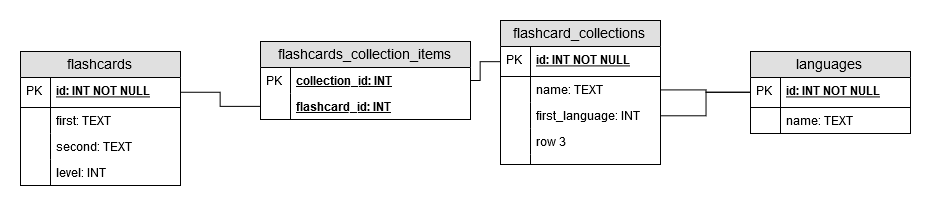
Before: docs/flashcardsdb.png, a diagram exported from draw.io (Ziemniakoss/Testowanie4). Source tidied: cells renumbered, new cells last; positions are measured from the earlier drawing's top-left corner, leaving out a move shared by most shapes.
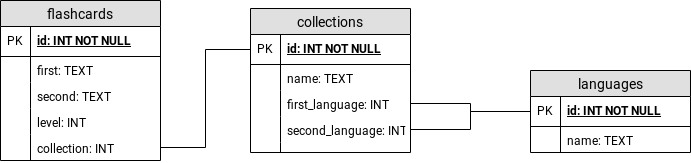
After the change.

Commit message:
Nowy schemat bazy danych

Change to the diagram source:
```diff
@@ -2,107 +2,95 @@
   <root>
     <mxCell id="0" />
     <mxCell id="1" parent="0" />
-    <mxCell id="2" value="flashcard_collections" style="swimlane;fontStyle=0;horizontal=1;startSize=26;fillColor=#e0e0e0;swimlaneFillColor=#ffffff;align=center;fontSize=14;" parent="1" vertex="1">
-      <mxGeometry x="480" width="160" height="144" as="geometry" />
-    </mxCell>
-    <mxCell id="3" value="id: INT NOT NULL" style="shape=partialRectangle;top=0;left=0;right=0;bottom=1;align=left;verticalAlign=middle;fillColor=none;spacingLeft=34;spacingRight=4;overflow=hidden;points=[[0,0.5],[1,0.5]];portConstraint=eastwest;fontStyle=5;fontSize=12;" parent="2" vertex="1">
-      <mxGeometry y="26" width="160" height="30" as="geometry" />
-    </mxCell>
-    <mxCell id="4" value="PK" style="shape=partialRectangle;top=0;left=0;bottom=0;fillColor=none;align=left;verticalAlign=middle;spacingLeft=4;spacingRight=4;overflow=hidden;fontSize=12;" parent="3" vertex="1">
-      <mxGeometry width="30" height="30" as="geometry" />
-    </mxCell>
-    <mxCell id="5" value="name: TEXT" style="shape=partialRectangle;top=0;left=0;right=0;bottom=0;align=left;verticalAlign=top;fillColor=none;spacingLeft=34;spacingRight=4;overflow=hidden;points=[[0,0.5],[1,0.5]];portConstraint=eastwest;fontSize=12;" parent="2" vertex="1">
-      <mxGeometry y="56" width="160" height="26" as="geometry" />
-    </mxCell>
-    <mxCell id="6" style="shape=partialRectangle;top=0;left=0;bottom=0;fillColor=none;align=left;verticalAlign=top;spacingLeft=4;spacingRight=4;overflow=hidden;fontSize=12;" parent="5" vertex="1">
-      <mxGeometry width="30" height="26" as="geometry" />
-    </mxCell>
+    <mxCell id="36" value="collections" style="swimlane;fontStyle=0;horizontal=1;startSize=26;fillColor=#e0e0e0;swimlaneFillColor=#ffffff;align=center;fontSize=14;" parent="1" vertex="1">
+      <mxGeometry x="250" y="39" width="160" height="144" as="geometry" />
+    </mxCell>
+    <mxCell id="37" value="id: INT NOT NULL" style="shape=partialRectangle;top=0;left=0;right=0;bottom=1;align=left;verticalAlign=middle;fillColor=none;spacingLeft=34;spacingRight=4;overflow=hidden;points=[[0,0.5],[1,0.5]];portConstraint=eastwest;fontStyle=5;fontSize=12;" parent="36" vertex="1">
+      <mxGeometry y="26" width="160" height="30" as="geometry" />
+    </mxCell>
+    <mxCell id="38" value="PK" style="shape=partialRectangle;top=0;left=0;bottom=0;fillColor=none;align=left;verticalAlign=middle;spacingLeft=4;spacingRight=4;overflow=hidden;fontSize=12;" parent="37" vertex="1">
+      <mxGeometry width="30" height="30" as="geometry" />
+    </mxCell>
+    <mxCell id="39" value="name: TEXT" style="shape=partialRectangle;top=0;left=0;right=0;bottom=0;align=left;verticalAlign=top;fillColor=none;spacingLeft=34;spacingRight=4;overflow=hidden;fontSize=12;" parent="36" vertex="1">
+      <mxGeometry y="56" width="160" height="26" as="geometry" />
+    </mxCell>
+    <mxCell id="40" style="shape=partialRectangle;top=0;left=0;bottom=0;fillColor=none;align=left;verticalAlign=top;spacingLeft=4;spacingRight=4;overflow=hidden;fontSize=12;" parent="39" vertex="1">
+      <mxGeometry width="30" height="26" as="geometry" />
+    </mxCell>
-    <mxCell id="7" value="first_language: INT" style="shape=partialRectangle;top=0;left=0;right=0;bottom=0;align=left;verticalAlign=top;fillColor=none;spacingLeft=34;spacingRight=4;overflow=hidden;points=[[0,0.5],[1,0.5]];portConstraint=eastwest;fontSize=12;" parent="2" vertex="1">
+    <mxCell id="7" value="first_language: INT" style="shape=partialRectangle;top=0;left=0;right=0;bottom=0;align=left;verticalAlign=top;fillColor=none;spacingLeft=34;spacingRight=4;overflow=hidden;points=[[0,0.5],[1,0.5]];portConstraint=eastwest;fontSize=12;" parent="36" vertex="1">
       <mxGeometry y="82" width="160" height="26" as="geometry" />
     </mxCell>
-    <mxCell id="8" style="shape=partialRectangle;top=0;left=0;bottom=0;fillColor=none;align=left;verticalAlign=top;spacingLeft=4;spacingRight=4;overflow=hidden;fontSize=12;" parent="7" vertex="1">
-      <mxGeometry width="30" height="26" as="geometry" />
-    </mxCell>
-    <mxCell id="9" value="row 3" style="shape=partialRectangle;top=0;left=0;right=0;bottom=0;align=left;verticalAlign=top;fillColor=none;spacingLeft=34;spacingRight=4;overflow=hidden;fontSize=12;" parent="2" vertex="1">
-      <mxGeometry y="108" width="160" height="26" as="geometry" />
-    </mxCell>
-    <mxCell id="10" style="shape=partialRectangle;top=0;left=0;bottom=0;fillColor=none;align=left;verticalAlign=top;spacingLeft=4;spacingRight=4;overflow=hidden;fontSize=12;" parent="9" vertex="1">
-      <mxGeometry width="30" height="26" as="geometry" />
-    </mxCell>
+    <mxCell id="41" style="shape=partialRectangle;top=0;left=0;bottom=0;fillColor=none;align=left;verticalAlign=top;spacingLeft=4;spacingRight=4;overflow=hidden;fontSize=12;" parent="7" vertex="1">
+      <mxGeometry width="30" height="26" as="geometry" />
+    </mxCell>
+    <mxCell id="42" value="second_language: INT" style="shape=partialRectangle;top=0;left=0;right=0;bottom=0;align=left;verticalAlign=top;fillColor=none;spacingLeft=34;spacingRight=4;overflow=hidden;points=[[0,0.5],[1,0.5]];portConstraint=eastwest;fontSize=12;" parent="36" vertex="1">
+      <mxGeometry y="108" width="160" height="26" as="geometry" />
+    </mxCell>
+    <mxCell id="43" style="shape=partialRectangle;top=0;left=0;bottom=0;fillColor=none;align=left;verticalAlign=top;spacingLeft=4;spacingRight=4;overflow=hidden;fontSize=12;" parent="42" vertex="1">
+      <mxGeometry width="30" height="26" as="geometry" />
+    </mxCell>
-    <mxCell id="11" style="shape=partialRectangle;top=0;left=0;right=0;bottom=0;align=left;verticalAlign=top;fillColor=none;spacingLeft=34;spacingRight=4;overflow=hidden;fontSize=12;" parent="2" vertex="1">
+    <mxCell id="11" style="shape=partialRectangle;top=0;left=0;right=0;bottom=0;align=left;verticalAlign=top;fillColor=none;spacingLeft=34;spacingRight=4;overflow=hidden;fontSize=12;" parent="36" vertex="1">
       <mxGeometry y="134" width="160" height="10" as="geometry" />
     </mxCell>
     <mxCell id="12" style="shape=partialRectangle;top=0;left=0;bottom=0;fillColor=none;align=left;verticalAlign=top;spacingLeft=4;spacingRight=4;overflow=hidden;fontSize=12;" parent="11" vertex="1">
       <mxGeometry width="30" height="10" as="geometry" />
     </mxCell>
     <mxCell id="13" value="languages" style="swimlane;fontStyle=0;horizontal=1;startSize=26;fillColor=#e0e0e0;swimlaneFillColor=#ffffff;align=center;fontSize=14;" parent="1" vertex="1">
-      <mxGeometry x="730" y="31" width="160" height="82" as="geometry" />
+      <mxGeometry x="530" y="101" width="160" height="82" as="geometry" />
     </mxCell>
-    <mxCell id="14" value="id: INT NOT NULL" style="shape=partialRectangle;top=0;left=0;right=0;bottom=1;align=left;verticalAlign=middle;fillColor=none;spacingLeft=34;spacingRight=4;overflow=hidden;points=[[0,0.5],[1,0.5]];portConstraint=eastwest;fontStyle=5;fontSize=12;" parent="13" vertex="1">
-      <mxGeometry y="26" width="160" height="30" as="geometry" />
-    </mxCell>
-    <mxCell id="15" value="PK" style="shape=partialRectangle;top=0;left=0;bottom=0;fillColor=none;align=left;verticalAlign=middle;spacingLeft=4;spacingRight=4;overflow=hidden;fontSize=12;" parent="14" vertex="1">
-      <mxGeometry width="30" height="30" as="geometry" />
-    </mxCell>
-    <mxCell id="16" value="name: TEXT" style="shape=partialRectangle;top=0;left=0;right=0;bottom=0;align=left;verticalAlign=top;fillColor=none;spacingLeft=34;spacingRight=4;overflow=hidden;fontSize=12;" parent="13" vertex="1">
-      <mxGeometry y="56" width="160" height="26" as="geometry" />
-    </mxCell>
-    <mxCell id="17" style="shape=partialRectangle;top=0;left=0;bottom=0;fillColor=none;align=left;verticalAlign=top;spacingLeft=4;spacingRight=4;overflow=hidden;fontSize=12;" parent="16" vertex="1">
-      <mxGeometry width="30" height="26" as="geometry" />
-    </mxCell>
-    <mxCell id="18" value="flashcards_collection_items" style="swimlane;fontStyle=0;horizontal=1;startSize=26;fillColor=#e0e0e0;swimlaneFillColor=#ffffff;align=center;fontSize=14;" parent="1" vertex="1">
-      <mxGeometry x="240" y="21" width="210" height="78" as="geometry" />
-    </mxCell>
-    <mxCell id="19" value="collection_id: INT" style="shape=partialRectangle;top=0;left=0;right=0;bottom=0;align=left;verticalAlign=top;fillColor=none;spacingLeft=34;spacingRight=4;overflow=hidden;fontSize=12;fontStyle=5;" parent="18" vertex="1">
-      <mxGeometry y="26" width="210" height="26" as="geometry" />
-    </mxCell>
-    <mxCell id="20" value="PK" style="shape=partialRectangle;top=0;left=0;bottom=0;fillColor=none;align=left;verticalAlign=top;spacingLeft=4;spacingRight=4;overflow=hidden;fontSize=12;" parent="19" vertex="1">
-      <mxGeometry width="30" height="26" as="geometry" />
-    </mxCell>
-    <mxCell id="21" value="flashcard_id: INT" style="shape=partialRectangle;top=0;left=0;right=0;bottom=0;align=left;verticalAlign=top;fillColor=none;spacingLeft=34;spacingRight=4;overflow=hidden;points=[[0,0.5],[1,0.5]];portConstraint=eastwest;fontSize=12;fontStyle=5;" parent="18" vertex="1">
-      <mxGeometry y="52" width="210" height="26" as="geometry" />
-    </mxCell>
-    <mxCell id="22" style="shape=partialRectangle;top=0;left=0;bottom=0;fillColor=none;align=left;verticalAlign=top;spacingLeft=4;spacingRight=4;overflow=hidden;fontSize=12;" parent="21" vertex="1">
-      <mxGeometry width="30" height="26" as="geometry" />
-    </mxCell>
+    <mxCell id="44" value="id: INT NOT NULL" style="shape=partialRectangle;top=0;left=0;right=0;bottom=1;align=left;verticalAlign=middle;fillColor=none;spacingLeft=34;spacingRight=4;overflow=hidden;points=[[0,0.5],[1,0.5]];portConstraint=eastwest;fontStyle=5;fontSize=12;" parent="13" vertex="1">
+      <mxGeometry y="26" width="160" height="30" as="geometry" />
+    </mxCell>
+    <mxCell id="45" value="PK" style="shape=partialRectangle;top=0;left=0;bottom=0;fillColor=none;align=left;verticalAlign=middle;spacingLeft=4;spacingRight=4;overflow=hidden;fontSize=12;" parent="44" vertex="1">
+      <mxGeometry width="30" height="30" as="geometry" />
+    </mxCell>
+    <mxCell id="46" value="name: TEXT" style="shape=partialRectangle;top=0;left=0;right=0;bottom=0;align=left;verticalAlign=top;fillColor=none;spacingLeft=34;spacingRight=4;overflow=hidden;fontSize=12;" parent="13" vertex="1">
+      <mxGeometry y="56" width="160" height="26" as="geometry" />
+    </mxCell>
+    <mxCell id="47" style="shape=partialRectangle;top=0;left=0;bottom=0;fillColor=none;align=left;verticalAlign=top;spacingLeft=4;spacingRight=4;overflow=hidden;fontSize=12;" parent="46" vertex="1">
+      <mxGeometry width="30" height="26" as="geometry" />
+    </mxCell>
     <mxCell id="23" value="flashcards" style="swimlane;fontStyle=0;horizontal=1;startSize=26;fillColor=#e0e0e0;swimlaneFillColor=#ffffff;align=center;fontSize=14;" parent="1" vertex="1">
-      <mxGeometry y="31" width="160" height="134" as="geometry" />
+      <mxGeometry y="31" width="160" height="160" as="geometry" />
     </mxCell>
-    <mxCell id="24" value="id: INT NOT NULL" style="shape=partialRectangle;top=0;left=0;right=0;bottom=1;align=left;verticalAlign=middle;fillColor=none;spacingLeft=34;spacingRight=4;overflow=hidden;points=[[0,0.5],[1,0.5]];portConstraint=eastwest;fontStyle=5;fontSize=12;" parent="23" vertex="1">
-      <mxGeometry y="26" width="160" height="30" as="geometry" />
-    </mxCell>
-    <mxCell id="25" value="PK" style="shape=partialRectangle;top=0;left=0;bottom=0;fillColor=none;align=left;verticalAlign=middle;spacingLeft=4;spacingRight=4;overflow=hidden;fontSize=12;" parent="24" vertex="1">
-      <mxGeometry width="30" height="30" as="geometry" />
-    </mxCell>
+    <mxCell id="48" value="id: INT NOT NULL" style="shape=partialRectangle;top=0;left=0;right=0;bottom=1;align=left;verticalAlign=middle;fillColor=none;spacingLeft=34;spacingRight=4;overflow=hidden;fontStyle=5;fontSize=12;" parent="23" vertex="1">
+      <mxGeometry y="26" width="160" height="30" as="geometry" />
+    </mxCell>
+    <mxCell id="49" value="PK" style="shape=partialRectangle;top=0;left=0;bottom=0;fillColor=none;align=left;verticalAlign=middle;spacingLeft=4;spacingRight=4;overflow=hidden;fontSize=12;" parent="48" vertex="1">
+      <mxGeometry width="30" height="30" as="geometry" />
+    </mxCell>
     <mxCell id="26" value="first: TEXT" style="shape=partialRectangle;top=0;left=0;right=0;bottom=0;align=left;verticalAlign=top;fillColor=none;spacingLeft=34;spacingRight=4;overflow=hidden;fontSize=12;" parent="23" vertex="1">
       <mxGeometry y="56" width="160" height="26" as="geometry" />
     </mxCell>
-    <mxCell id="27" style="shape=partialRectangle;top=0;left=0;bottom=0;fillColor=none;align=left;verticalAlign=top;spacingLeft=4;spacingRight=4;overflow=hidden;fontSize=12;" parent="26" vertex="1">
-      <mxGeometry width="30" height="26" as="geometry" />
-    </mxCell>
+    <mxCell id="50" style="shape=partialRectangle;top=0;left=0;bottom=0;fillColor=none;align=left;verticalAlign=top;spacingLeft=4;spacingRight=4;overflow=hidden;fontSize=12;" parent="26" vertex="1">
+      <mxGeometry width="30" height="26" as="geometry" />
+    </mxCell>
     <mxCell id="28" value="second: TEXT" style="shape=partialRectangle;top=0;left=0;right=0;bottom=0;align=left;verticalAlign=top;fillColor=none;spacingLeft=34;spacingRight=4;overflow=hidden;fontSize=12;" parent="23" vertex="1">
       <mxGeometry y="82" width="160" height="26" as="geometry" />
     </mxCell>
-    <mxCell id="29" style="shape=partialRectangle;top=0;left=0;bottom=0;fillColor=none;align=left;verticalAlign=top;spacingLeft=4;spacingRight=4;overflow=hidden;fontSize=12;" parent="28" vertex="1">
-      <mxGeometry width="30" height="26" as="geometry" />
-    </mxCell>
+    <mxCell id="51" style="shape=partialRectangle;top=0;left=0;bottom=0;fillColor=none;align=left;verticalAlign=top;spacingLeft=4;spacingRight=4;overflow=hidden;fontSize=12;" parent="28" vertex="1">
+      <mxGeometry width="30" height="26" as="geometry" />
+    </mxCell>
     <mxCell id="30" value="level: INT" style="shape=partialRectangle;top=0;left=0;right=0;bottom=0;align=left;verticalAlign=top;fillColor=none;spacingLeft=34;spacingRight=4;overflow=hidden;fontSize=12;" parent="23" vertex="1">
       <mxGeometry y="108" width="160" height="26" as="geometry" />
     </mxCell>
-    <mxCell id="31" style="shape=partialRectangle;top=0;left=0;bottom=0;fillColor=none;align=left;verticalAlign=top;spacingLeft=4;spacingRight=4;overflow=hidden;fontSize=12;" parent="30" vertex="1">
-      <mxGeometry width="30" height="26" as="geometry" />
-    </mxCell>
-    <mxCell id="32" style="edgeStyle=orthogonalEdgeStyle;rounded=0;jettySize=auto;html=1;endArrow=none;endFill=0;" parent="1" edge="1" source="14" target="7">
-      <mxGeometry relative="1" as="geometry" />
-    </mxCell>
-    <mxCell id="33" style="edgeStyle=orthogonalEdgeStyle;rounded=0;jettySize=auto;html=1;entryX=1;entryY=0.5;entryDx=0;entryDy=0;endArrow=none;endFill=0;" parent="1" edge="1" source="14" target="5">
-      <mxGeometry relative="1" as="geometry" />
-    </mxCell>
-    <mxCell id="34" style="edgeStyle=orthogonalEdgeStyle;rounded=0;jettySize=auto;html=1;entryX=1;entryY=0.5;entryDx=0;entryDy=0;endArrow=none;endFill=0;" parent="1" edge="1" source="3" target="18">
-      <mxGeometry relative="1" as="geometry" />
-    </mxCell>
-    <mxCell id="35" style="edgeStyle=orthogonalEdgeStyle;rounded=0;jettySize=auto;html=1;entryX=0;entryY=0.5;entryDx=0;entryDy=0;endArrow=none;endFill=0;" parent="1" edge="1" source="24" target="21">
-      <mxGeometry relative="1" as="geometry" />
-    </mxCell>
+    <mxCell id="52" style="shape=partialRectangle;top=0;left=0;bottom=0;fillColor=none;align=left;verticalAlign=top;spacingLeft=4;spacingRight=4;overflow=hidden;fontSize=12;" parent="30" vertex="1">
+      <mxGeometry width="30" height="26" as="geometry" />
+    </mxCell>
+    <mxCell id="53" value="collection: INT" style="shape=partialRectangle;top=0;left=0;right=0;bottom=0;align=left;verticalAlign=top;fillColor=none;spacingLeft=34;spacingRight=4;overflow=hidden;points=[[0,0.5],[1,0.5]];portConstraint=eastwest;fontSize=12;" parent="23" vertex="1">
+      <mxGeometry y="134" width="160" height="26" as="geometry" />
+    </mxCell>
+    <mxCell id="54" style="shape=partialRectangle;top=0;left=0;bottom=0;fillColor=none;align=left;verticalAlign=top;spacingLeft=4;spacingRight=4;overflow=hidden;fontSize=12;" parent="53" vertex="1">
+      <mxGeometry width="30" height="26" as="geometry" />
+    </mxCell>
+    <mxCell id="55" style="edgeStyle=orthogonalEdgeStyle;rounded=0;jettySize=auto;html=1;endArrow=none;endFill=0;" parent="1" edge="1" source="44" target="7">
+      <mxGeometry relative="1" as="geometry" />
+    </mxCell>
+    <mxCell id="56" style="edgeStyle=orthogonalEdgeStyle;rounded=0;jettySize=auto;html=1;entryX=1;entryY=0.5;entryDx=0;entryDy=0;endArrow=none;endFill=0;" parent="1" edge="1" source="44" target="42">
+      <mxGeometry relative="1" as="geometry" />
+    </mxCell>
+    <mxCell id="57" style="edgeStyle=orthogonalEdgeStyle;rounded=0;jettySize=auto;html=1;entryX=1;entryY=0.5;entryDx=0;entryDy=0;endArrow=none;endFill=0;" parent="1" edge="1" source="37" target="53">
+      <mxGeometry relative="1" as="geometry" />
+    </mxCell>
   </root>
 </mxGraphModel>
```
